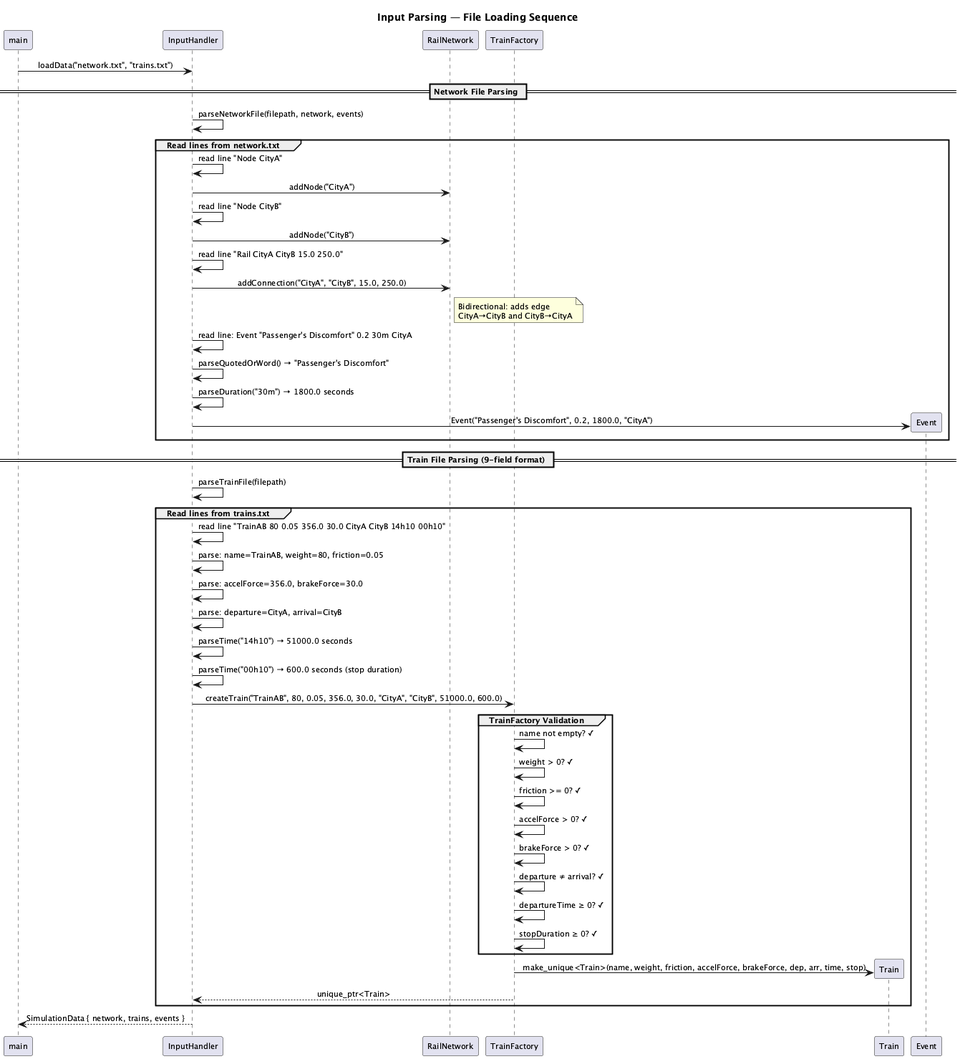
Earlier version of the PlantUML export docs/diagrams/sequence_input_parsing.png (abaiao-r/Module_05_Train_yourself).
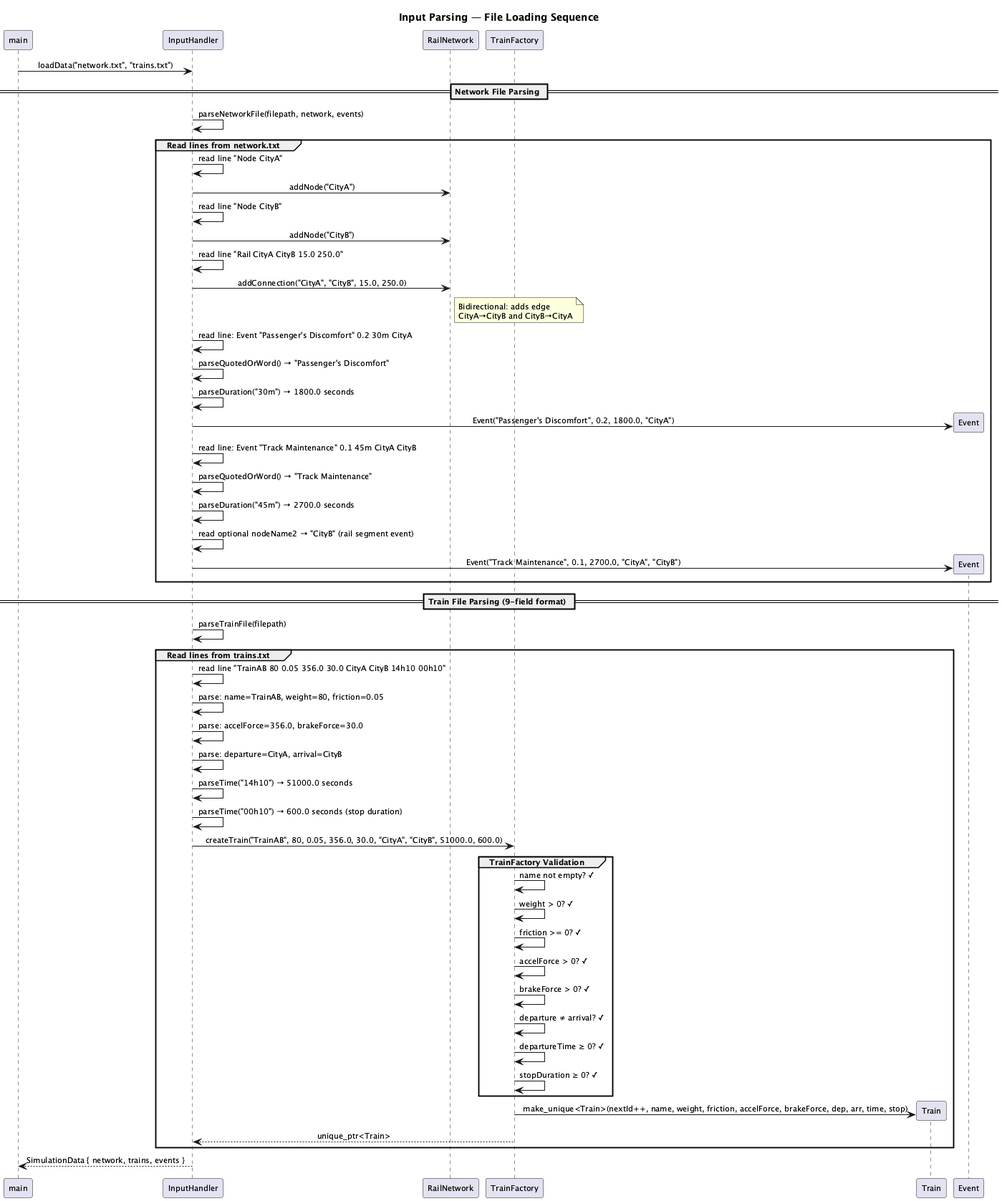
After the change.

Change to the diagram source:
```diff
@@ -36,6 +36,12 @@
     IH -> IH : parseQuotedOrWord() → "Passenger's Discomfort"
     IH -> IH : parseDuration("30m") → 1800.0 seconds
     IH -> Ev ** : Event("Passenger's Discomfort", 0.2, 1800.0, "CityA")
+
+    IH -> IH : read line: Event "Track Maintenance" 0.1 45m CityA CityB
+    IH -> IH : parseQuotedOrWord() → "Track Maintenance"
+    IH -> IH : parseDuration("45m") → 2700.0 seconds
+    IH -> IH : read optional nodeName2 → "CityB" (rail segment event)
+    IH -> Ev ** : Event("Track Maintenance", 0.1, 2700.0, "CityA", "CityB")
 end
 
 == Train File Parsing (9-field format) ==
@@ -61,7 +67,7 @@
         TF -> TF : stopDuration ≥ 0? ✓
     end
 
-    TF -> T ** : make_unique<Train>(name, weight, friction, accelForce, brakeForce, dep, arr, time, stop)
+    TF -> T ** : make_unique<Train>(nextId++, name, weight, friction, accelForce, brakeForce, dep, arr, time, stop)
     TF --> IH : unique_ptr<Train>
 end
 
```
